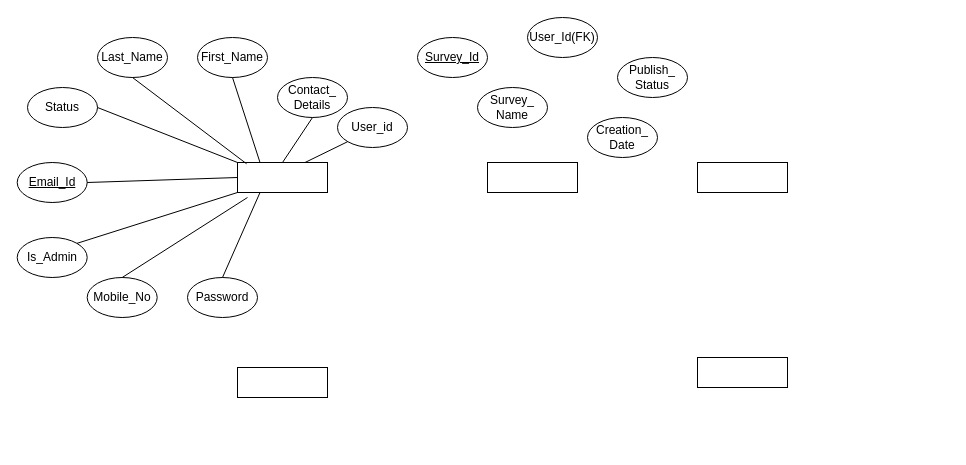
Earlier version of the draw.io diagram Untitled Diagram.drawio (jayesh18/jayeshbhutiya.github.io). Source tidied: cells renumbered, new cells numbered last; positions are measured from the earlier drawing's top-left corner, leaving out a move shared by most shapes. Both pictures are drawn from the tidied source at 100%, with x=0, y=0 at pixel (17, 17).
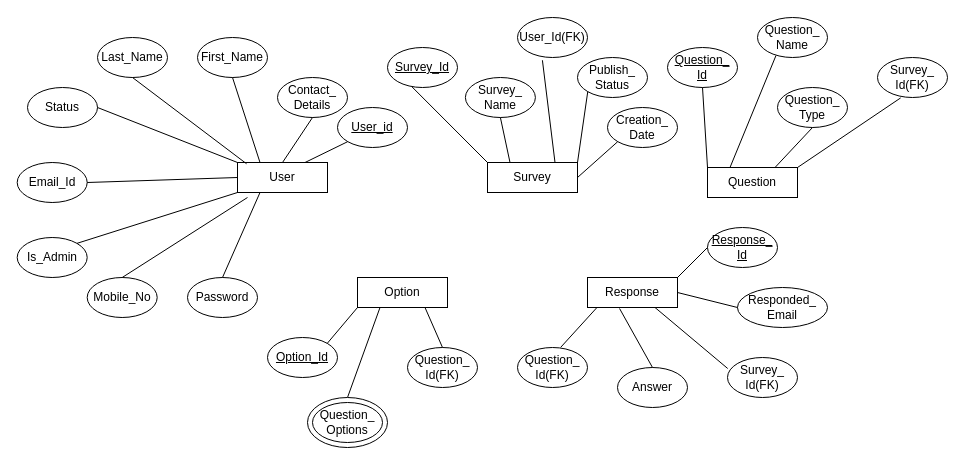
Above is the later version.

Unchanged cells that the change refers to:
```xml
<mxCell id="7" value="Last_Name" style="ellipse;whiteSpace=wrap;html=1;" parent="1" vertex="1">
  <mxGeometry x="80" y="20" width="70" height="40" as="geometry" />
</mxCell>
<mxCell id="9" value="Status" style="ellipse;whiteSpace=wrap;html=1;" parent="1" vertex="1">
  <mxGeometry x="10" y="70" width="70" height="40" as="geometry" />
</mxCell>
<mxCell id="10" value="Contact_&lt;br&gt;Details" style="ellipse;whiteSpace=wrap;html=1;" parent="1" vertex="1">
  <mxGeometry x="260" y="60" width="70" height="40" as="geometry" />
</mxCell>
<mxCell id="11" value="Password" style="ellipse;whiteSpace=wrap;html=1;" parent="1" vertex="1">
  <mxGeometry x="170" y="260" width="70" height="40" as="geometry" />
</mxCell>
<mxCell id="13" value="Mobile_No" style="ellipse;whiteSpace=wrap;html=1;" parent="1" vertex="1">
  <mxGeometry x="69.7" y="260" width="70" height="40" as="geometry" />
</mxCell>
<mxCell id="14" value="First_Name" style="ellipse;whiteSpace=wrap;html=1;" parent="1" vertex="1">
  <mxGeometry x="180" y="20" width="70" height="40" as="geometry" />
</mxCell>
<mxCell id="15" value="Is_Admin" style="ellipse;whiteSpace=wrap;html=1;" parent="1" vertex="1">
  <mxGeometry x="-0.3" y="220" width="70" height="40" as="geometry" />
</mxCell>
```

What changed in the source:
```diff
@@
-    <mxCell id="2" style="rounded=0;whiteSpace=wrap;html=1;" parent="1" vertex="1">
-      <mxGeometry x="220" y="145" width="90" height="30" as="geometry" />
-    </mxCell>
-    <mxCell id="3" style="rounded=0;whiteSpace=wrap;html=1;" parent="1" vertex="1">
-      <mxGeometry x="220" y="350" width="90" height="30" as="geometry" />
-    </mxCell>
-    <mxCell id="4" style="rounded=0;whiteSpace=wrap;html=1;" parent="1" vertex="1">
-      <mxGeometry x="470" y="145" width="90" height="30" as="geometry" />
-    </mxCell>
-    <mxCell id="5" style="rounded=0;whiteSpace=wrap;html=1;" parent="1" vertex="1">
-      <mxGeometry x="680" y="340" width="90" height="30" as="geometry" />
-    </mxCell>
-    <mxCell id="6" style="rounded=0;whiteSpace=wrap;html=1;" parent="1" vertex="1">
-      <mxGeometry x="680" y="145" width="90" height="30" as="geometry" />
-    </mxCell>
+    <mxCell id="30" value="User" style="rounded=0;whiteSpace=wrap;html=1;" parent="1" vertex="1">
+      <mxGeometry x="220" y="145" width="90" height="30" as="geometry" />
+    </mxCell>
+    <mxCell id="31" value="Option" style="rounded=0;whiteSpace=wrap;html=1;" parent="1" vertex="1">
+      <mxGeometry x="340" y="260" width="90" height="30" as="geometry" />
+    </mxCell>
+    <mxCell id="32" value="Survey" style="rounded=0;whiteSpace=wrap;html=1;" parent="1" vertex="1">
+      <mxGeometry x="470" y="145" width="90" height="30" as="geometry" />
+    </mxCell>
+    <mxCell id="33" value="Response" style="rounded=0;whiteSpace=wrap;html=1;" parent="1" vertex="1">
+      <mxGeometry x="570" y="260" width="90" height="30" as="geometry" />
+    </mxCell>
+    <mxCell id="34" value="Question" style="rounded=0;whiteSpace=wrap;html=1;" parent="1" vertex="1">
+      <mxGeometry x="690" y="150" width="90" height="30" as="geometry" />
+    </mxCell>
@@
-    <mxCell id="8" value="&lt;u&gt;Email_Id&lt;/u&gt;" style="ellipse;whiteSpace=wrap;html=1;" parent="1" vertex="1">
+    <mxCell id="8" value="Email_Id" style="ellipse;whiteSpace=wrap;html=1;" parent="1" vertex="1">
       <mxGeometry x="-0.3" y="145" width="70" height="40" as="geometry" />
     </mxCell>
@@
-    <mxCell id="12" value="User_id" style="ellipse;whiteSpace=wrap;html=1;" parent="1" vertex="1">
+    <mxCell id="12" value="&lt;u&gt;User_id&lt;/u&gt;" style="ellipse;whiteSpace=wrap;html=1;" parent="1" vertex="1">
       <mxGeometry x="320" y="90" width="70" height="40" as="geometry" />
     </mxCell>
@@
-    <mxCell id="16" style="endArrow=none;html=1;exitX=1;exitY=0.5;exitDx=0;exitDy=0;entryX=0;entryY=0.5;entryDx=0;entryDy=0;" parent="1" edge="1" source="8" target="2">
-      <mxGeometry relative="1" as="geometry" />
-    </mxCell>
-    <mxCell id="17" style="endArrow=none;html=1;exitX=1;exitY=0.5;exitDx=0;exitDy=0;entryX=0;entryY=0;entryDx=0;entryDy=0;" parent="1" edge="1" source="9" target="2">
-      <mxGeometry relative="1" as="geometry" />
-    </mxCell>
-    <mxCell id="18" style="endArrow=none;html=1;exitX=0.5;exitY=1;exitDx=0;exitDy=0;entryX=0.101;entryY=0.043;entryDx=0;entryDy=0;entryPerimeter=0;" parent="1" edge="1" source="7" target="2">
-      <mxGeometry relative="1" as="geometry" />
-    </mxCell>
-    <mxCell id="19" style="endArrow=none;html=1;exitX=0.5;exitY=1;exitDx=0;exitDy=0;entryX=0.25;entryY=0;entryDx=0;entryDy=0;" parent="1" edge="1" source="14" target="2">
-      <mxGeometry relative="1" as="geometry" />
-    </mxCell>
-    <mxCell id="20" style="endArrow=none;html=1;entryX=0.5;entryY=1;entryDx=0;entryDy=0;exitX=0.5;exitY=0;exitDx=0;exitDy=0;" parent="1" edge="1" source="2" target="10">
-      <mxGeometry relative="1" as="geometry" />
-    </mxCell>
-    <mxCell id="21" style="endArrow=none;html=1;exitX=1;exitY=0;exitDx=0;exitDy=0;entryX=0;entryY=1;entryDx=0;entryDy=0;" parent="1" edge="1" source="15" target="2">
-      <mxGeometry relative="1" as="geometry" />
-    </mxCell>
-    <mxCell id="22" style="endArrow=none;html=1;exitX=0.5;exitY=0;exitDx=0;exitDy=0;entryX=0.111;entryY=1.167;entryDx=0;entryDy=0;entryPerimeter=0;" parent="1" edge="1" source="13" target="2">
-      <mxGeometry relative="1" as="geometry" />
-    </mxCell>
-    <mxCell id="23" style="endArrow=none;html=1;exitX=0.5;exitY=0;exitDx=0;exitDy=0;entryX=0.25;entryY=1;entryDx=0;entryDy=0;" parent="1" edge="1" source="11" target="2">
-      <mxGeometry relative="1" as="geometry" />
-    </mxCell>
-    <mxCell id="24" style="endArrow=none;html=1;exitX=0;exitY=1;exitDx=0;exitDy=0;entryX=0.75;entryY=0;entryDx=0;entryDy=0;" parent="1" edge="1" source="12" target="2">
-      <mxGeometry relative="1" as="geometry" />
-    </mxCell>
+    <mxCell id="35" style="endArrow=none;html=1;exitX=1;exitY=0.5;exitDx=0;exitDy=0;entryX=0;entryY=0.5;entryDx=0;entryDy=0;" parent="1" edge="1" source="8" target="30">
+      <mxGeometry relative="1" as="geometry" />
+    </mxCell>
+    <mxCell id="36" style="endArrow=none;html=1;exitX=1;exitY=0.5;exitDx=0;exitDy=0;entryX=0;entryY=0;entryDx=0;entryDy=0;" parent="1" edge="1" source="9" target="30">
+      <mxGeometry relative="1" as="geometry" />
+    </mxCell>
+    <mxCell id="37" style="endArrow=none;html=1;exitX=0.5;exitY=1;exitDx=0;exitDy=0;entryX=0.101;entryY=0.043;entryDx=0;entryDy=0;entryPerimeter=0;" parent="1" edge="1" source="7" target="30">
+      <mxGeometry relative="1" as="geometry" />
+    </mxCell>
+    <mxCell id="38" style="endArrow=none;html=1;exitX=0.5;exitY=1;exitDx=0;exitDy=0;entryX=0.25;entryY=0;entryDx=0;entryDy=0;" parent="1" edge="1" source="14" target="30">
+      <mxGeometry relative="1" as="geometry" />
+    </mxCell>
+    <mxCell id="39" style="endArrow=none;html=1;entryX=0.5;entryY=1;entryDx=0;entryDy=0;exitX=0.5;exitY=0;exitDx=0;exitDy=0;" parent="1" edge="1" source="30" target="10">
+      <mxGeometry relative="1" as="geometry" />
+    </mxCell>
+    <mxCell id="40" style="endArrow=none;html=1;exitX=1;exitY=0;exitDx=0;exitDy=0;entryX=0;entryY=1;entryDx=0;entryDy=0;" parent="1" edge="1" source="15" target="30">
+      <mxGeometry relative="1" as="geometry" />
+    </mxCell>
+    <mxCell id="41" style="endArrow=none;html=1;exitX=0.5;exitY=0;exitDx=0;exitDy=0;entryX=0.111;entryY=1.167;entryDx=0;entryDy=0;entryPerimeter=0;" parent="1" edge="1" source="13" target="30">
+      <mxGeometry relative="1" as="geometry" />
+    </mxCell>
+    <mxCell id="42" style="endArrow=none;html=1;exitX=0.5;exitY=0;exitDx=0;exitDy=0;entryX=0.25;entryY=1;entryDx=0;entryDy=0;" parent="1" edge="1" source="11" target="30">
+      <mxGeometry relative="1" as="geometry" />
+    </mxCell>
+    <mxCell id="43" style="endArrow=none;html=1;exitX=0;exitY=1;exitDx=0;exitDy=0;entryX=0.75;entryY=0;entryDx=0;entryDy=0;" parent="1" edge="1" source="12" target="30">
+      <mxGeometry relative="1" as="geometry" />
+    </mxCell>
     <mxCell id="25" value="Creation_&lt;br&gt;Date" style="ellipse;whiteSpace=wrap;html=1;" parent="1" vertex="1">
-      <mxGeometry x="570" y="100" width="70" height="40" as="geometry" />
+      <mxGeometry x="590" y="90" width="70" height="40" as="geometry" />
     </mxCell>
     <mxCell id="26" value="Survey_&lt;br&gt;Name" style="ellipse;whiteSpace=wrap;html=1;" parent="1" vertex="1">
-      <mxGeometry x="460" y="70" width="70" height="40" as="geometry" />
+      <mxGeometry x="447.9" y="60" width="70" height="40" as="geometry" />
     </mxCell>
     <mxCell id="27" value="Publish_&lt;br&gt;Status" style="ellipse;whiteSpace=wrap;html=1;" parent="1" vertex="1">
-      <mxGeometry x="600" y="40" width="70" height="40" as="geometry" />
+      <mxGeometry x="560" y="40" width="70" height="40" as="geometry" />
     </mxCell>
     <mxCell id="28" value="&lt;u&gt;Survey_Id&lt;/u&gt;" style="ellipse;whiteSpace=wrap;html=1;" parent="1" vertex="1">
-      <mxGeometry x="400" y="20" width="70" height="40" as="geometry" />
+      <mxGeometry x="370" y="30" width="70" height="40" as="geometry" />
     </mxCell>
     <mxCell id="29" value="User_Id(FK)" style="ellipse;whiteSpace=wrap;html=1;" parent="1" vertex="1">
-      <mxGeometry x="510" width="70" height="40" as="geometry" />
+      <mxGeometry x="500" width="70" height="40" as="geometry" />
     </mxCell>
+    <mxCell id="44" style="endArrow=none;html=1;exitX=0.348;exitY=0.981;exitDx=0;exitDy=0;exitPerimeter=0;entryX=0;entryY=0;entryDx=0;entryDy=0;" parent="1" edge="1" source="28" target="32">
+      <mxGeometry relative="1" as="geometry" />
+    </mxCell>
+    <mxCell id="45" style="endArrow=none;html=1;exitX=0.75;exitY=0;exitDx=0;exitDy=0;entryX=0.356;entryY=1.069;entryDx=0;entryDy=0;entryPerimeter=0;" parent="1" edge="1" source="32" target="29">
+      <mxGeometry relative="1" as="geometry" />
+    </mxCell>
+    <mxCell id="46" style="endArrow=none;html=1;exitX=0.5;exitY=1;exitDx=0;exitDy=0;entryX=0.25;entryY=0;entryDx=0;entryDy=0;" parent="1" edge="1" source="26" target="32">
+      <mxGeometry relative="1" as="geometry" />
+    </mxCell>
+    <mxCell id="47" style="endArrow=none;html=1;exitX=1;exitY=0;exitDx=0;exitDy=0;entryX=0;entryY=1;entryDx=0;entryDy=0;" parent="1" edge="1" source="32" target="27">
+      <mxGeometry relative="1" as="geometry" />
+    </mxCell>
+    <mxCell id="48" style="endArrow=none;html=1;exitX=1;exitY=0.5;exitDx=0;exitDy=0;entryX=0;entryY=1;entryDx=0;entryDy=0;" parent="1" edge="1" source="32" target="25">
+      <mxGeometry relative="1" as="geometry" />
+    </mxCell>
+    <mxCell id="49" value="Question_&lt;br&gt;Type" style="ellipse;whiteSpace=wrap;html=1;" parent="1" vertex="1">
+      <mxGeometry x="760" y="70" width="70" height="40" as="geometry" />
+    </mxCell>
+    <mxCell id="50" value="Question_&lt;br&gt;Name" style="ellipse;whiteSpace=wrap;html=1;" parent="1" vertex="1">
+      <mxGeometry x="740" width="70" height="40" as="geometry" />
+    </mxCell>
+    <mxCell id="51" value="&lt;u&gt;Question_&lt;br&gt;Id&lt;/u&gt;" style="ellipse;whiteSpace=wrap;html=1;" parent="1" vertex="1">
+      <mxGeometry x="650" y="30" width="70" height="40" as="geometry" />
+    </mxCell>
+    <mxCell id="52" value="Survey_&lt;br&gt;Id(FK)" style="ellipse;whiteSpace=wrap;html=1;" parent="1" vertex="1">
+      <mxGeometry x="860" y="40" width="70" height="40" as="geometry" />
+    </mxCell>
+    <mxCell id="53" style="endArrow=none;html=1;exitX=0.25;exitY=0;exitDx=0;exitDy=0;entryX=0.264;entryY=0.951;entryDx=0;entryDy=0;entryPerimeter=0;" parent="1" edge="1" source="34" target="50">
+      <mxGeometry relative="1" as="geometry" />
+    </mxCell>
+    <mxCell id="54" style="endArrow=none;html=1;exitX=0.75;exitY=0;exitDx=0;exitDy=0;entryX=0.5;entryY=1;entryDx=0;entryDy=0;" parent="1" edge="1" source="34" target="49">
+      <mxGeometry relative="1" as="geometry" />
+    </mxCell>
+    <mxCell id="55" style="endArrow=none;html=1;exitX=1;exitY=0;exitDx=0;exitDy=0;entryX=0.331;entryY=1.01;entryDx=0;entryDy=0;entryPerimeter=0;" parent="1" edge="1" source="34" target="52">
+      <mxGeometry relative="1" as="geometry" />
+    </mxCell>
+    <mxCell id="56" style="endArrow=none;html=1;entryX=0.5;entryY=1;entryDx=0;entryDy=0;exitX=0;exitY=0;exitDx=0;exitDy=0;" parent="1" edge="1" source="34" target="51">
+      <mxGeometry relative="1" as="geometry" />
+    </mxCell>
+    <mxCell id="57" value="Question_&lt;br&gt;Id(FK)" style="ellipse;whiteSpace=wrap;html=1;" parent="1" vertex="1">
+      <mxGeometry x="390" y="330" width="70" height="40" as="geometry" />
+    </mxCell>
+    <mxCell id="58" value="&lt;u&gt;Option_Id&lt;/u&gt;" style="ellipse;whiteSpace=wrap;html=1;" parent="1" vertex="1">
+      <mxGeometry x="250" y="320" width="70" height="40" as="geometry" />
+    </mxCell>
+    <mxCell id="59" style="endArrow=none;html=1;exitX=1;exitY=0;exitDx=0;exitDy=0;entryX=0;entryY=1;entryDx=0;entryDy=0;" parent="1" edge="1" source="58" target="31">
+      <mxGeometry relative="1" as="geometry" />
+    </mxCell>
+    <mxCell id="60" style="endArrow=none;html=1;exitX=0.5;exitY=0;exitDx=0;exitDy=0;entryX=0.25;entryY=1;entryDx=0;entryDy=0;" parent="1" edge="1" source="62" target="31">
+      <mxGeometry relative="1" as="geometry" />
+    </mxCell>
+    <mxCell id="61" style="endArrow=none;html=1;exitX=0.5;exitY=0;exitDx=0;exitDy=0;entryX=0.75;entryY=1;entryDx=0;entryDy=0;" parent="1" edge="1" source="57" target="31">
+      <mxGeometry relative="1" as="geometry" />
+    </mxCell>
+    <mxCell id="62" style="ellipse;whiteSpace=wrap;html=1;" parent="1" vertex="1">
+      <mxGeometry x="290" y="380" width="80" height="50" as="geometry" />
+    </mxCell>
+    <mxCell id="63" value="Question_&lt;br&gt;Options" style="ellipse;whiteSpace=wrap;html=1;" parent="1" vertex="1">
+      <mxGeometry x="295" y="385" width="70" height="40" as="geometry" />
+    </mxCell>
+    <mxCell id="64" value="&lt;u&gt;Response_&lt;br&gt;Id&lt;br&gt;&lt;/u&gt;" style="ellipse;whiteSpace=wrap;html=1;" parent="1" vertex="1">
+      <mxGeometry x="690" y="210" width="70" height="40" as="geometry" />
+    </mxCell>
+    <mxCell id="65" value="Survey_&lt;br&gt;Id(FK)" style="ellipse;whiteSpace=wrap;html=1;" parent="1" vertex="1">
+      <mxGeometry x="710" y="340" width="70" height="40" as="geometry" />
+    </mxCell>
+    <mxCell id="66" value="Responded_&lt;br&gt;Email" style="ellipse;whiteSpace=wrap;html=1;" parent="1" vertex="1">
+      <mxGeometry x="720" y="270" width="90" height="40" as="geometry" />
+    </mxCell>
+    <mxCell id="67" value="Answer" style="ellipse;whiteSpace=wrap;html=1;" parent="1" vertex="1">
+      <mxGeometry x="600" y="350" width="70" height="40" as="geometry" />
+    </mxCell>
+    <mxCell id="68" value="Question_&lt;br&gt;Id(FK)" style="ellipse;whiteSpace=wrap;html=1;" parent="1" vertex="1">
+      <mxGeometry x="500" y="330" width="70" height="40" as="geometry" />
+    </mxCell>
+    <mxCell id="69" style="endArrow=none;html=1;exitX=0.617;exitY=-0.004;exitDx=0;exitDy=0;exitPerimeter=0;entryX=0.107;entryY=0.994;entryDx=0;entryDy=0;entryPerimeter=0;" parent="1" edge="1" source="68" target="33">
+      <mxGeometry relative="1" as="geometry" />
+    </mxCell>
+    <mxCell id="70" style="endArrow=none;html=1;exitX=0.5;exitY=0;exitDx=0;exitDy=0;entryX=0.356;entryY=1.033;entryDx=0;entryDy=0;entryPerimeter=0;" parent="1" edge="1" source="67" target="33">
+      <mxGeometry relative="1" as="geometry" />
+    </mxCell>
+    <mxCell id="71" style="endArrow=none;html=1;exitX=0.75;exitY=1;exitDx=0;exitDy=0;entryX=0.003;entryY=0.275;entryDx=0;entryDy=0;entryPerimeter=0;" parent="1" edge="1" source="33" target="65">
+      <mxGeometry relative="1" as="geometry" />
+    </mxCell>
+    <mxCell id="72" style="endArrow=none;html=1;exitX=1;exitY=0;exitDx=0;exitDy=0;entryX=0;entryY=0.5;entryDx=0;entryDy=0;" parent="1" edge="1" source="33" target="64">
+      <mxGeometry relative="1" as="geometry" />
+    </mxCell>
+    <mxCell id="73" style="endArrow=none;html=1;exitX=1;exitY=0.5;exitDx=0;exitDy=0;entryX=0;entryY=0.5;entryDx=0;entryDy=0;" parent="1" edge="1" source="33" target="66">
+      <mxGeometry relative="1" as="geometry" />
+    </mxCell>
```
